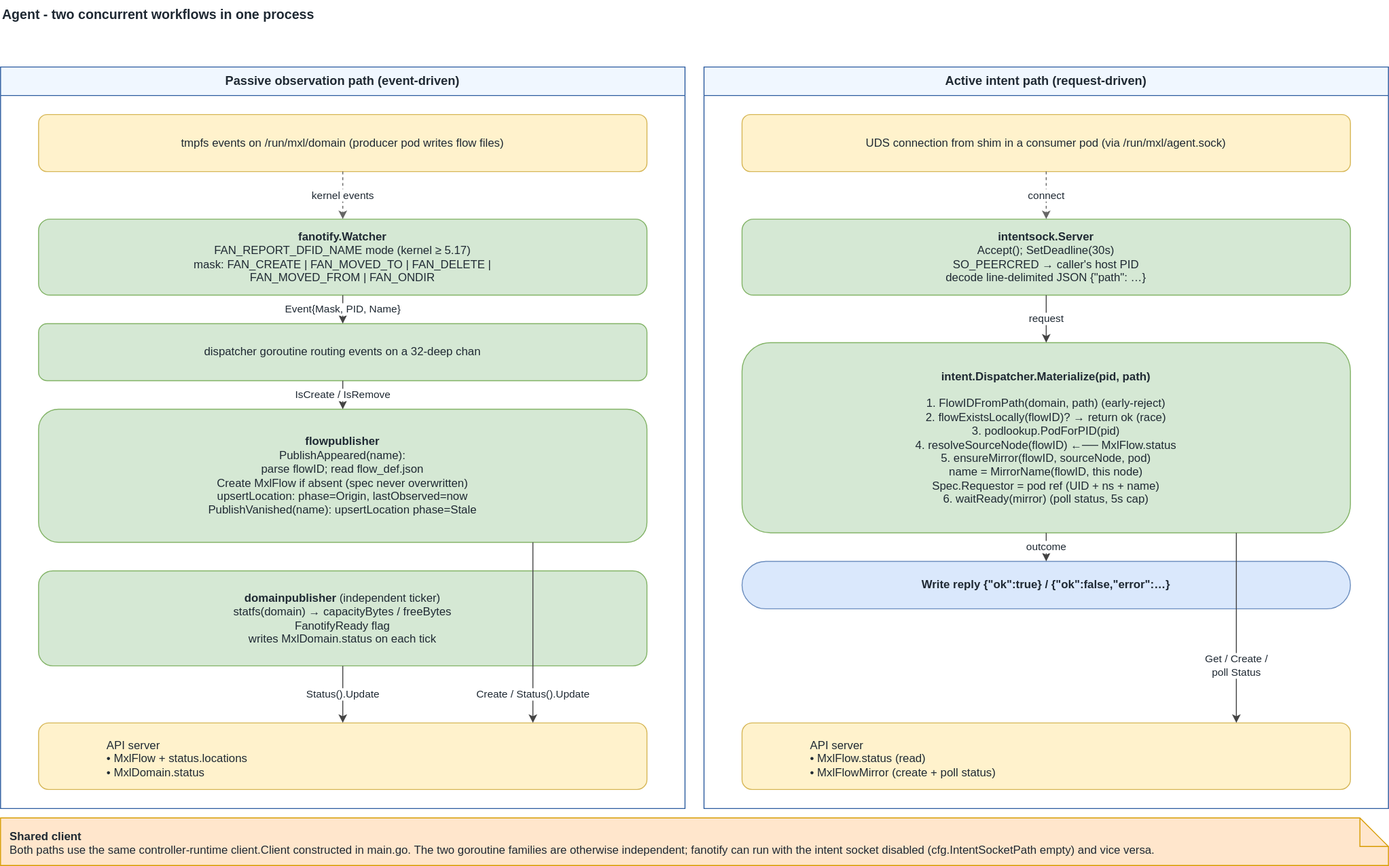
The draw.io diagram docs/architecture/diagrams/02-agent.drawio.svg in qvest-digital/mxl-k8s, before a commit. Source tidied: cells renumbered, new cells last; positions are measured from the earlier drawing's top-left corner, leaving out a move shared by most shapes.
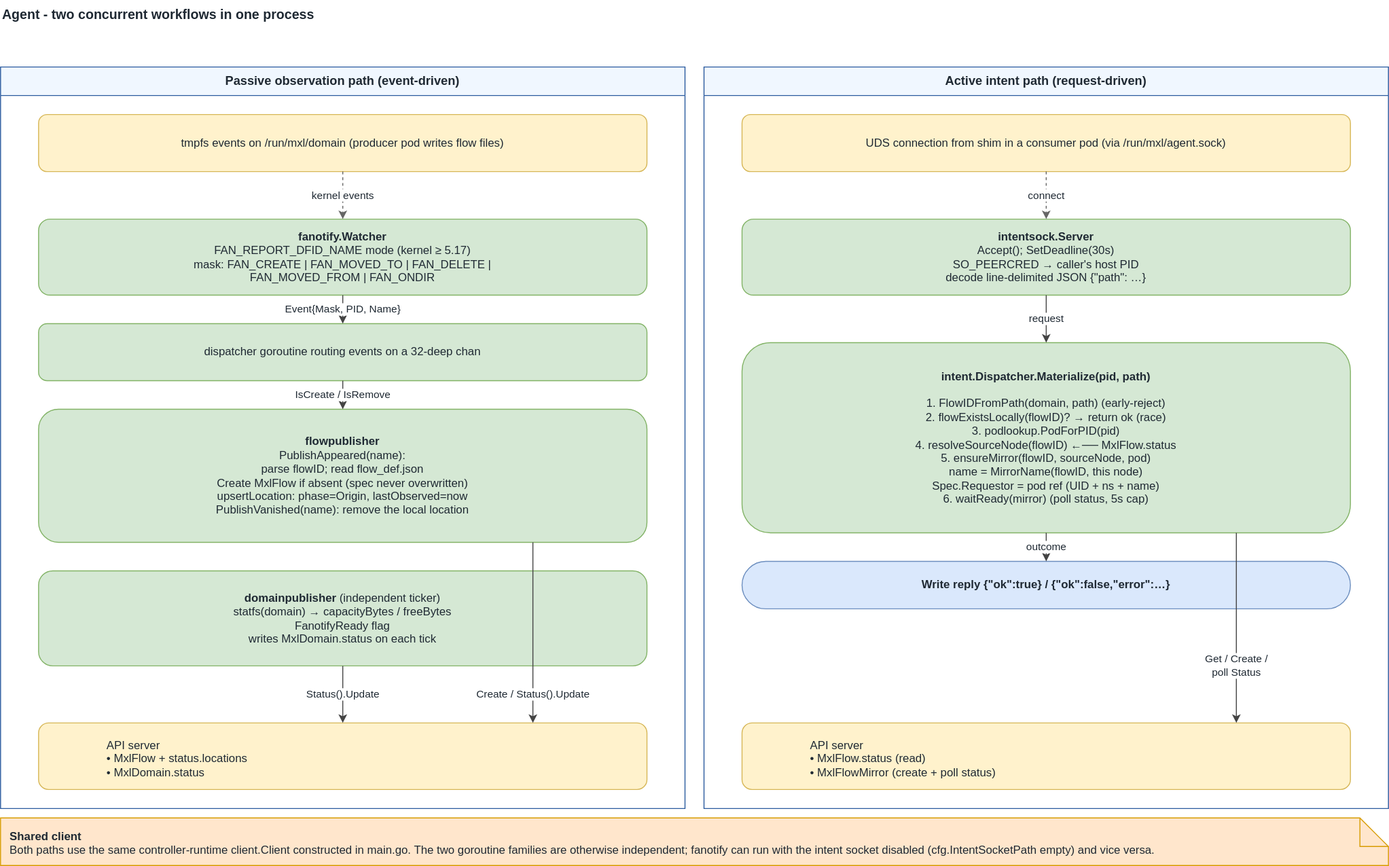
Above is the later version.

Diff of the diagram source:
```diff
@@ -17,7 +17,7 @@
     <mxCell id="6" value="dispatcher goroutine routing events on a 32-deep chan" style="rounded=1;whiteSpace=wrap;html=1;fillColor=#d5e8d4;strokeColor=#82b366;align=center;verticalAlign=middle;fontColor=#1f2933;" parent="3" vertex="1">
       <mxGeometry x="40" y="270" width="640" height="60" as="geometry" />
     </mxCell>
-    <mxCell id="7" value="&lt;b&gt;flowpublisher&lt;/b&gt;&lt;br&gt;PublishAppeared(name):&lt;br&gt;&amp;nbsp;&amp;nbsp;parse flowID; read flow_def.json&lt;br&gt;&amp;nbsp;&amp;nbsp;Create MxlFlow if absent (spec never overwritten)&lt;br&gt;&amp;nbsp;&amp;nbsp;upsertLocation: phase=Origin, lastObserved=now&lt;br&gt;PublishVanished(name): upsertLocation phase=Stale" style="rounded=1;whiteSpace=wrap;html=1;fillColor=#d5e8d4;strokeColor=#82b366;align=center;verticalAlign=middle;fontColor=#1f2933;" parent="3" vertex="1">
+    <mxCell id="7" value="&lt;b&gt;flowpublisher&lt;/b&gt;&lt;br&gt;PublishAppeared(name):&lt;br&gt;&amp;nbsp;&amp;nbsp;parse flowID; read flow_def.json&lt;br&gt;&amp;nbsp;&amp;nbsp;Create MxlFlow if absent (spec never overwritten)&lt;br&gt;&amp;nbsp;&amp;nbsp;upsertLocation: phase=Origin, lastObserved=now&lt;br&gt;PublishVanished(name): remove the local location" style="rounded=1;whiteSpace=wrap;html=1;fillColor=#d5e8d4;strokeColor=#82b366;align=center;verticalAlign=middle;fontColor=#1f2933;" parent="3" vertex="1">
       <mxGeometry x="40" y="360" width="640" height="140" as="geometry" />
     </mxCell>
     <mxCell id="8" value="&lt;b&gt;domainpublisher&lt;/b&gt;  (independent ticker)&lt;br&gt;statfs(domain) → capacityBytes / freeBytes&lt;br&gt;FanotifyReady flag&lt;br&gt;writes MxlDomain.status on each tick" style="rounded=1;whiteSpace=wrap;html=1;fillColor=#d5e8d4;strokeColor=#82b366;align=center;verticalAlign=middle;fontColor=#1f2933;" parent="3" vertex="1">
```
